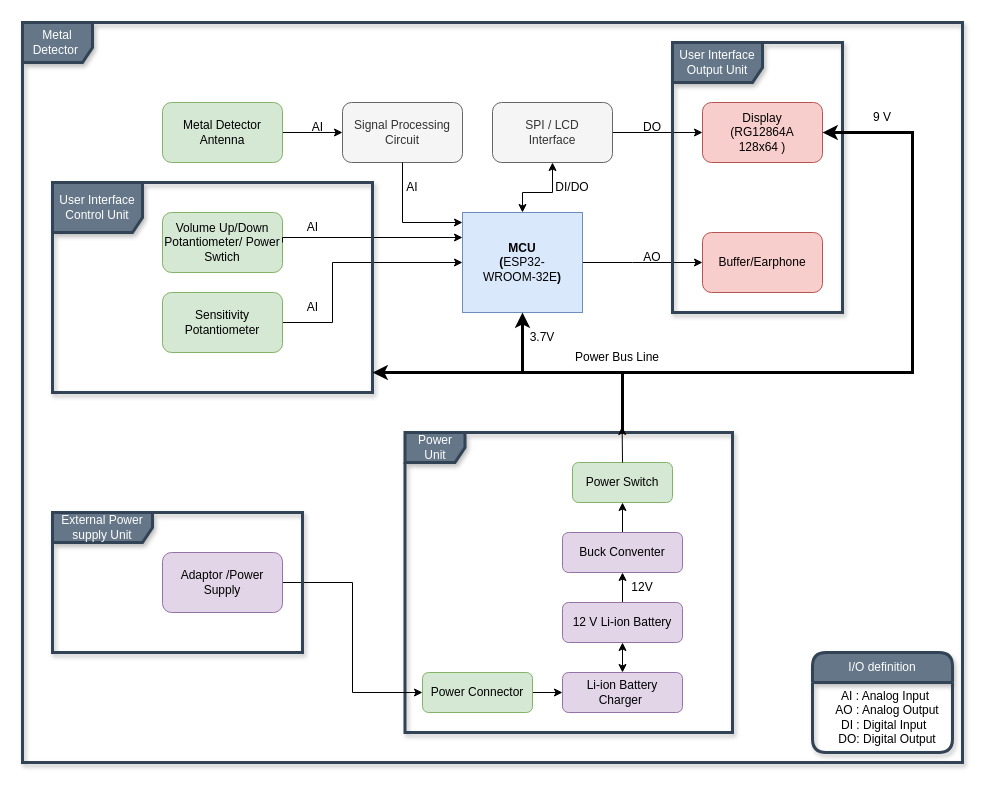
Above: Metal Dedektör.drawio in metevs09/Metal_Dedector (draw.io), before the change. Source tidied: cells renumbered, new cells numbered last; positions are measured from the earlier drawing's top-left corner, leaving out a move shared by most shapes. Both pictures are drawn from the tidied source at 100%, with x=0, y=0 at pixel (22, 22).
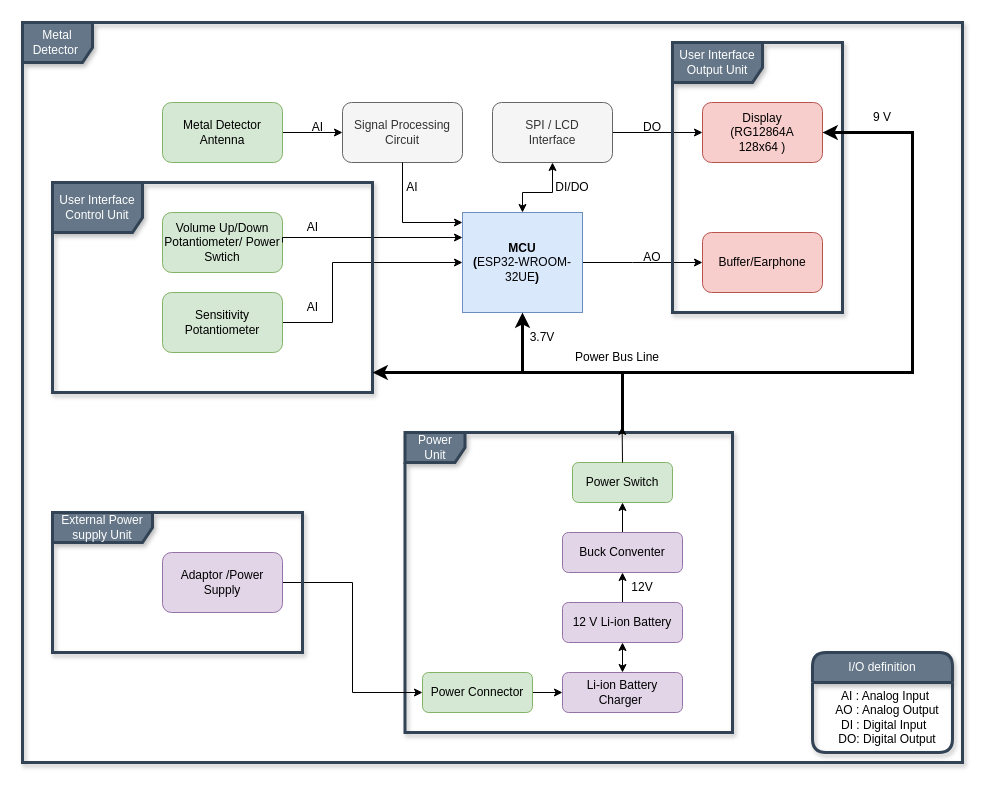
The same diagram, later.

Diff of the diagram source:
```diff
@@
-    <mxCell id="5" value="&lt;b&gt;MCU&lt;br&gt;(&lt;/b&gt;ESP32-&lt;br&gt;­WROOM­-32E&lt;b&gt;)&lt;/b&gt;" style="rounded=0;whiteSpace=wrap;html=1;fillColor=#dae8fc;strokeColor=#6c8ebf;" parent="1" vertex="1">
+    <mxCell id="5" value="&lt;b&gt;MCU&lt;/b&gt;&lt;br&gt;&lt;b&gt;(&lt;/b&gt;ESP32-WROOM-32UE&lt;b&gt;)&lt;/b&gt;" style="rounded=0;whiteSpace=wrap;html=1;fillColor=#dae8fc;strokeColor=#6c8ebf;" parent="1" vertex="1">
       <mxGeometry x="440" y="190" width="120" height="100" as="geometry" />
     </mxCell>
```
